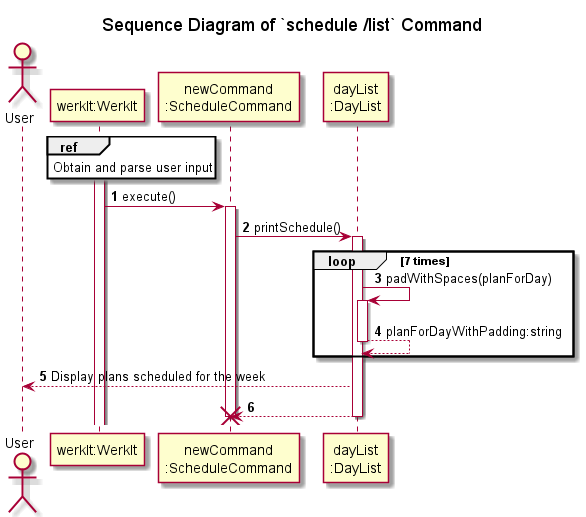
The PlantUML diagram docs/uml/sequenceDiagrams/schedule/images/listSchedule.png in nus-cs2113-AY2122S2/tp, before a commit.
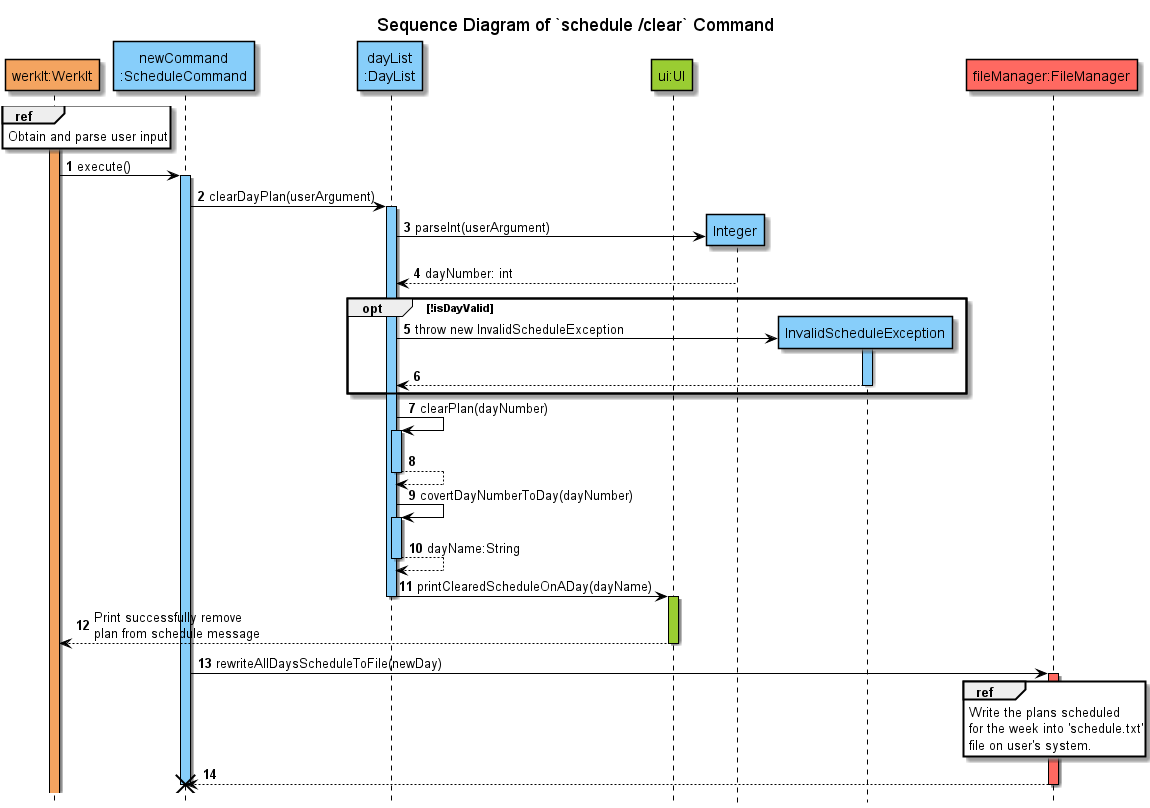
Later version of the same file.

Change to the diagram source:
```diff
@@ -2,33 +2,58 @@
 !include ../../Style.puml
 
 autonumber
+hide footbox
 
-title Sequence Diagram of `schedule /list` Command
+title Sequence Diagram of `schedule /clear` Command
 
-actor   User
-participant "werkIt:WerkIt" AS WerkIt
-participant "newCommand\n:ScheduleCommand" AS newCommand
-participant "dayList\n:DayList" AS DayList
+participant "werkIt:WerkIt" AS WerkIt COLOR_WERKIT
+participant "newCommand\n:ScheduleCommand" AS newCommand COLOR_LOGIC
+participant "dayList\n:DayList" AS DayList COLOR_LOGIC
+participant "ui:UI" As UI COLOR_UI
 
-
-activate WerkIt
+activate WerkIt COLOR_WERKIT
 ref over WerkIt
 Obtain and parse user input
 end
 
 WerkIt -> newCommand : execute()
-activate newCommand
+activate newCommand COLOR_LOGIC
 
-newCommand -> DayList : printSchedule()
-activate DayList
-loop 7 times
+newCommand -> DayList : clearDayPlan(userArgument)
+activate DayList COLOR_LOGIC
+create "Integer" AS int COLOR_LOGIC
+DayList -> int: parseInt(userArgument)
+DayList <-- int : dayNumber: int
 
-DayList -> DayList : padWithSpaces(planForDay)
-activate DayList
-return planForDayWithPadding:string
+create InvalidScheduleException AS ise COLOR_LOGIC
+opt !isDayValid
+DayList -> ise : throw new InvalidScheduleException
+activate ise COLOR_LOGIC
+return
+deactivate ise
+end
+DayList -> DayList : clearPlan(dayNumber)
+activate DayList COLOR_LOGIC
+return
+DayList -> DayList : covertDayNumberToDay(dayNumber)
+activate DayList COLOR_LOGIC
+return dayName:String
+DayList -> UI : printClearedScheduleOnADay(dayName)
+deactivate DayList
+activate UI COLOR_UI
+UI--> WerkIt: Print successfully remove \nplan from schedule message
+deactivate UI
 
+participant "fileManager:FileManager" as FileManager COLOR_STORAGE
+newCommand -> FileManager : rewriteAllDaysScheduleToFile(newDay)
+activate FileManager COLOR_STORAGE
+ref over FileManager
+Write the plans scheduled
+for the week into 'schedule.txt'
+file on user's system.
 end
-User <-- DayList : Display plans scheduled for the week
-return
+newCommand <-- FileManager
+deactivate FileManager
+
 destroy newCommand
 @enduml
```
